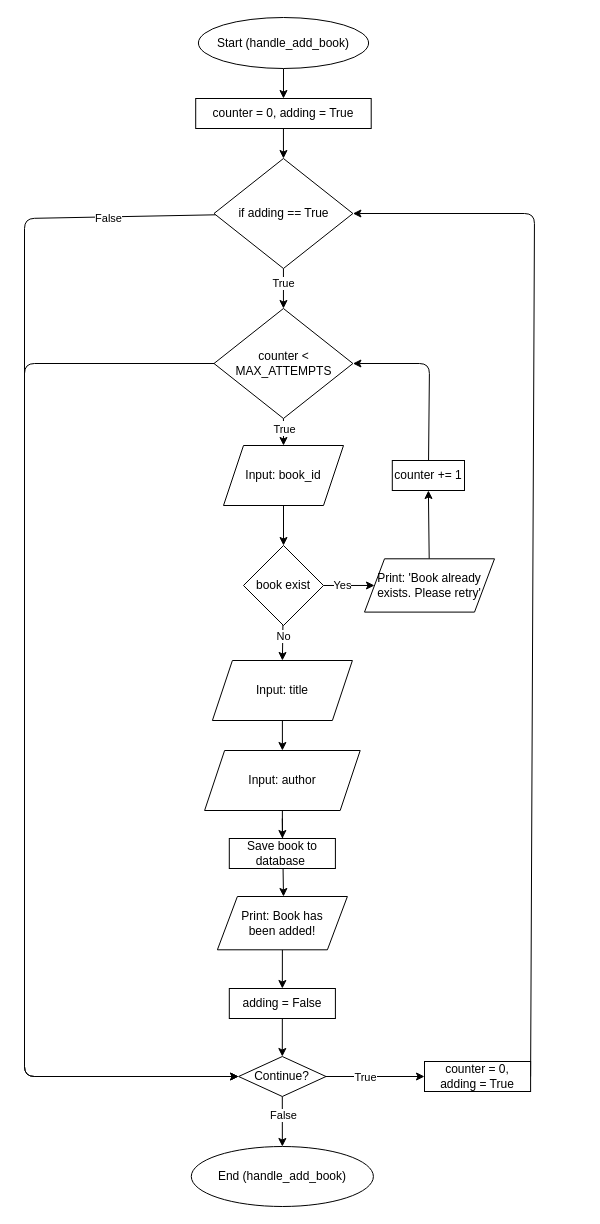
Earlier version of the draw.io diagram flowcharts/handle-add-book.drawio (TSNMT727/LibrarySystem). Source tidied: cells renumbered, new cells numbered last; positions are measured from the earlier drawing's top-left corner, leaving out a move shared by most shapes. Both pictures are drawn from the tidied source at 100%, with x=0, y=0 at pixel (24, 17).
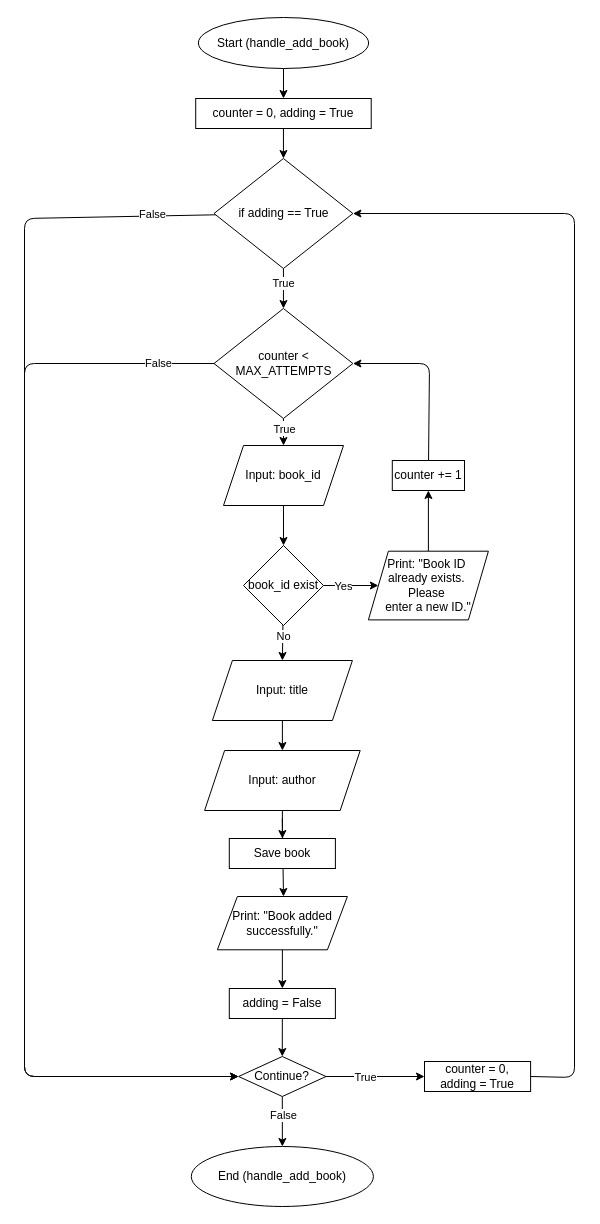
The same page after the edit.

Unchanged cells that the change refers to:
```xml
<mxCell id="16" style="edgeStyle=none;html=1;exitX=0;exitY=0.5;exitDx=0;exitDy=0;entryX=0;entryY=0.5;entryDx=0;entryDy=0;" parent="1" edge="1" source="17" target="37">
  <mxGeometry relative="1" as="geometry">
    <Array as="points">
      <mxPoint y="346" />
      <mxPoint y="1059" />
    </Array>
  </mxGeometry>
</mxCell>
<mxCell id="30" style="edgeStyle=none;html=1;entryX=0;entryY=0.5;entryDx=0;entryDy=0;" parent="1" edge="1" source="32" target="37">
  <mxGeometry relative="1" as="geometry">
    <Array as="points">
      <mxPoint y="201" />
      <mxPoint y="1059" />
    </Array>
  </mxGeometry>
</mxCell>
<mxCell id="32" value="if adding == True" style="rhombus;whiteSpace=wrap;html=1;" parent="1" vertex="1">
  <mxGeometry x="189.5" y="141" width="138.9" height="110" as="geometry" />
</mxCell>
<mxCell id="39" value="counter = 0, &lt;br&gt;adding = True" style="whiteSpace=wrap;html=1;" parent="1" vertex="1">
  <mxGeometry x="400" y="1044" width="106.1" height="30" as="geometry" />
</mxCell>
```

Diff of the diagram source:
```diff
@@
-    <mxCell id="12" value="book exist" style="rhombus;whiteSpace=wrap;html=1;" parent="1" vertex="1">
+    <mxCell id="12" value="book_id exist" style="rhombus;whiteSpace=wrap;html=1;" parent="1" vertex="1">
       <mxGeometry x="219" y="528" width="80" height="80" as="geometry" />
     </mxCell>
@@
+    <mxCell id="45" value="False" style="edgeLabel;html=1;align=center;verticalAlign=middle;" parent="16" vertex="1">
+      <mxGeometry x="-0.9" y="-1" relative="1" as="geometry" />
+    </mxCell>
@@
-    <mxCell id="25" value="Print: Book has &lt;br&gt;been added!" style="shape=parallelogram;perimeter=parallelogramPerimeter;whiteSpace=wrap;html=1;fixedSize=1;" parent="1" vertex="1">
+    <mxCell id="25" value="Print: &quot;Book added successfully.&quot;" style="shape=parallelogram;perimeter=parallelogramPerimeter;whiteSpace=wrap;html=1;fixedSize=1;" parent="1" vertex="1">
       <mxGeometry x="192.9" y="879" width="130" height="53.3" as="geometry" />
     </mxCell>
@@
     <mxCell id="31" value="False" style="edgeLabel;html=1;align=center;verticalAlign=middle;" parent="30" vertex="1">
       <mxGeometry x="-0.84" y="1" relative="1" as="geometry">
-        <mxPoint x="-7" as="offset" />
+        <mxPoint x="37" y="-4" as="offset" />
       </mxGeometry>
     </mxCell>
@@
     <mxCell id="38" style="edgeStyle=none;html=1;exitX=1;exitY=0.5;exitDx=0;exitDy=0;entryX=1;entryY=0.5;entryDx=0;entryDy=0;" parent="1" edge="1" source="39" target="32">
       <mxGeometry relative="1" as="geometry">
         <Array as="points">
-          <mxPoint x="510" y="196" />
+          <mxPoint x="550" y="1060" />
+          <mxPoint x="550" y="196" />
         </Array>
       </mxGeometry>
     </mxCell>
@@
-    <mxCell id="40" value="Save book to database&amp;nbsp;" style="whiteSpace=wrap;html=1;" parent="1" vertex="1">
+    <mxCell id="40" value="Save book" style="whiteSpace=wrap;html=1;" parent="1" vertex="1">
       <mxGeometry x="204.8" y="821" width="106.1" height="30" as="geometry" />
     </mxCell>
@@
-    <mxCell id="42" value="Print: 'Book already exists. Please retry'" style="shape=parallelogram;perimeter=parallelogramPerimeter;whiteSpace=wrap;html=1;fixedSize=1;" parent="1" vertex="1">
-      <mxGeometry x="340" y="541.3" width="130" height="53.3" as="geometry" />
+    <mxCell id="42" value="Print: &quot;Book ID&amp;nbsp;&lt;div&gt;already&amp;nbsp;&lt;span style=&quot;background-color: transparent;&quot;&gt;exists.&amp;nbsp;&lt;/span&gt;&lt;/div&gt;&lt;div&gt;&lt;span style=&quot;background-color: transparent;&quot;&gt;Please&amp;nbsp;&lt;/span&gt;&lt;div&gt;enter a new ID.&quot;&lt;/div&gt;&lt;/div&gt;" style="shape=parallelogram;perimeter=parallelogramPerimeter;whiteSpace=wrap;html=1;fixedSize=1;" parent="1" vertex="1">
+      <mxGeometry x="343.9" y="533.7" width="120" height="68.7" as="geometry" />
     </mxCell>
```
